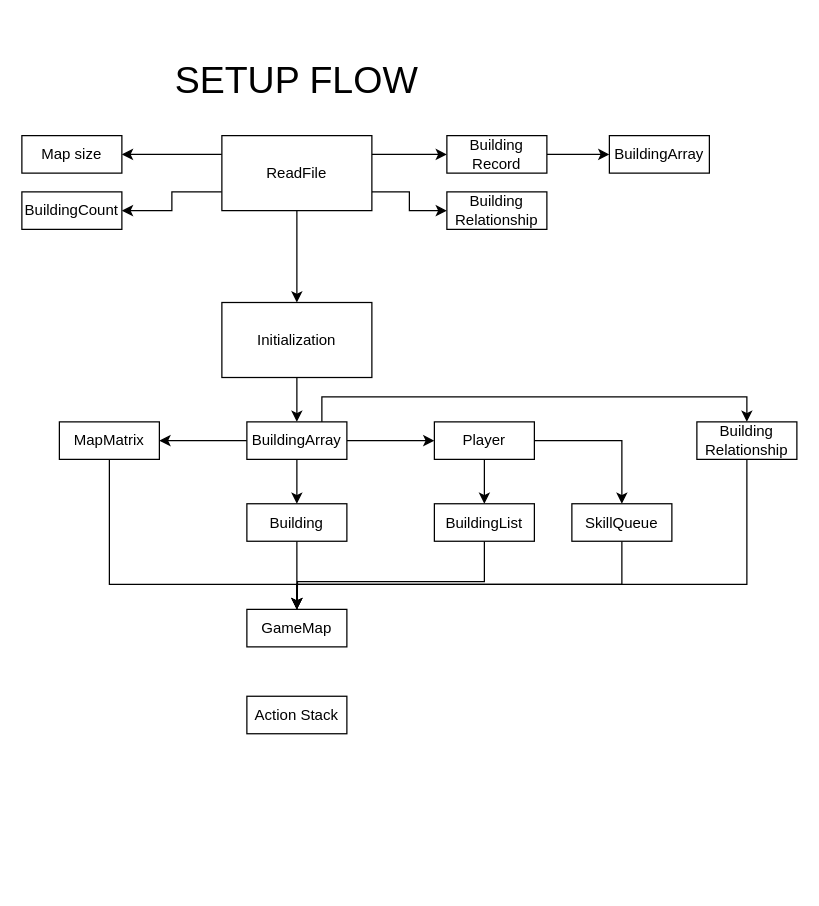
ilhamsyahids/Avatar-War-Game keeps this draw.io diagram as page "Setup Flow" (3 of 8) of Flow Alstrukdat.drawio. Above is the earlier version. Source tidied: cells renumbered, new cells numbered last; positions are measured from the earlier drawing's top-left corner, leaving out a move shared by most shapes. Both pictures are drawn from the tidied source at 125%, with x=0, y=0 at pixel (21, 21).
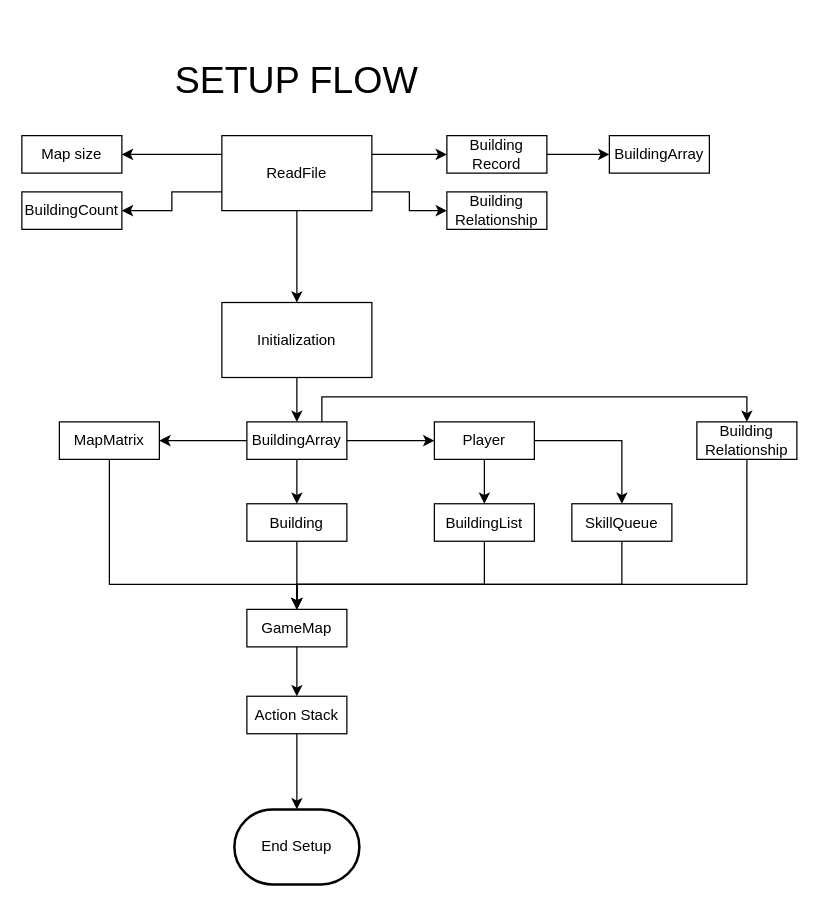
The same page after the edit.

Unchanged cells that the change refers to:
```xml
<mxCell id="22" value="Building" style="rounded=0;whiteSpace=wrap;html=1;" parent="1" vertex="1">
  <mxGeometry x="180" y="385.5" width="80" height="30" as="geometry" />
</mxCell>
<mxCell id="24" value="MapMatrix" style="rounded=0;whiteSpace=wrap;html=1;" parent="1" vertex="1">
  <mxGeometry x="30" y="320" width="80" height="30" as="geometry" />
</mxCell>
<mxCell id="30" value="BuildingList" style="rounded=0;whiteSpace=wrap;html=1;" parent="1" vertex="1">
  <mxGeometry x="330" y="385.5" width="80" height="30" as="geometry" />
</mxCell>
<mxCell id="34" value="Building Relationship" style="rounded=0;whiteSpace=wrap;html=1;" parent="1" vertex="1">
  <mxGeometry x="540" y="320" width="80" height="30" as="geometry" />
</mxCell>
<mxCell id="35" value="GameMap" style="rounded=0;whiteSpace=wrap;html=1;" parent="1" vertex="1">
  <mxGeometry x="180" y="470" width="80" height="30" as="geometry" />
</mxCell>
<mxCell id="36" value="Action Stack" style="rounded=0;whiteSpace=wrap;html=1;" parent="1" vertex="1">
  <mxGeometry x="180" y="539.5" width="80" height="30" as="geometry" />
</mxCell>
```

What changed in the source:
```diff
@@
-    <mxCell id="21" style="edgeStyle=orthogonalEdgeStyle;rounded=0;jettySize=auto;html=1;exitX=0.5;exitY=1;exitDx=0;exitDy=0;entryX=0.5;entryY=0;entryDx=0;entryDy=0;" parent="1" edge="1" source="22" target="35">
+    <mxCell id="21" style="edgeStyle=orthogonalEdgeStyle;rounded=0;jettySize=auto;html=1;exitX=0.5;exitY=1;exitDx=0;exitDy=0;" parent="1" edge="1" source="22" target="35">
       <mxGeometry relative="1" as="geometry" />
     </mxCell>
@@
-    <mxCell id="23" style="edgeStyle=orthogonalEdgeStyle;rounded=0;jettySize=auto;html=1;exitX=0.5;exitY=1;exitDx=0;exitDy=0;" parent="1" edge="1" source="24">
-      <mxGeometry relative="1" as="geometry">
-        <mxPoint x="220" y="470" as="targetPoint" />
-        <Array as="points">
-          <mxPoint x="70" y="450" />
-          <mxPoint x="220" y="450" />
-        </Array>
-      </mxGeometry>
-    </mxCell>
+    <mxCell id="37" style="edgeStyle=orthogonalEdgeStyle;rounded=0;jettySize=auto;html=1;exitX=0.5;exitY=1;exitDx=0;exitDy=0;entryX=0.5;entryY=0;entryDx=0;entryDy=0;" parent="1" edge="1" source="24" target="35">
+      <mxGeometry relative="1" as="geometry">
+        <Array as="points">
+          <mxPoint x="70" y="450" />
+          <mxPoint x="220" y="450" />
+        </Array>
+      </mxGeometry>
+    </mxCell>
@@
-    <mxCell id="29" style="edgeStyle=orthogonalEdgeStyle;rounded=0;jettySize=auto;html=1;exitX=0.5;exitY=1;exitDx=0;exitDy=0;" parent="1" edge="1" source="30">
-      <mxGeometry relative="1" as="geometry">
-        <mxPoint x="220" y="480" as="targetPoint" />
-      </mxGeometry>
-    </mxCell>
+    <mxCell id="38" style="edgeStyle=orthogonalEdgeStyle;rounded=0;jettySize=auto;html=1;exitX=0.5;exitY=1;exitDx=0;exitDy=0;" parent="1" edge="1" source="30" target="35">
+      <mxGeometry relative="1" as="geometry">
+        <Array as="points">
+          <mxPoint x="370" y="450" />
+          <mxPoint x="220" y="450" />
+        </Array>
+      </mxGeometry>
+    </mxCell>
@@
-    <mxCell id="33" style="edgeStyle=orthogonalEdgeStyle;rounded=0;jettySize=auto;html=1;exitX=0.5;exitY=1;exitDx=0;exitDy=0;entryX=0.5;entryY=0;entryDx=0;entryDy=0;" parent="1" edge="1" source="34" target="35">
+    <mxCell id="33" style="edgeStyle=orthogonalEdgeStyle;rounded=0;jettySize=auto;html=1;exitX=0.5;exitY=1;exitDx=0;exitDy=0;" parent="1" edge="1" source="34" target="35">
       <mxGeometry relative="1" as="geometry">
         <Array as="points">
           <mxPoint x="580" y="450" />
           <mxPoint x="220" y="450" />
         </Array>
       </mxGeometry>
     </mxCell>
@@
+    <mxCell id="39" style="edgeStyle=orthogonalEdgeStyle;rounded=0;jettySize=auto;html=1;exitX=0.5;exitY=1;exitDx=0;exitDy=0;entryX=0.5;entryY=0;entryDx=0;entryDy=0;" parent="1" edge="1" source="35" target="36">
+      <mxGeometry relative="1" as="geometry" />
+    </mxCell>
@@
+    <mxCell id="40" style="edgeStyle=orthogonalEdgeStyle;rounded=0;jettySize=auto;html=1;exitX=0.5;exitY=1;exitDx=0;exitDy=0;entryX=0.5;entryY=0;entryDx=0;entryDy=0;entryPerimeter=0;" parent="1" edge="1" source="36" target="41">
+      <mxGeometry relative="1" as="geometry" />
+    </mxCell>
@@
+    <mxCell id="41" value="End Setup" style="strokeWidth=2;html=1;shape=mxgraph.flowchart.terminator;whiteSpace=wrap;" parent="1" vertex="1">
+      <mxGeometry x="170" y="630" width="100" height="60" as="geometry" />
+    </mxCell>
```
